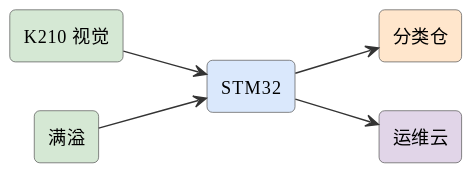
Earlier version of the PlantUML export assets/diagrams/ideas-fig119.svg (mingyi0818/IntelligentMcuCourse).
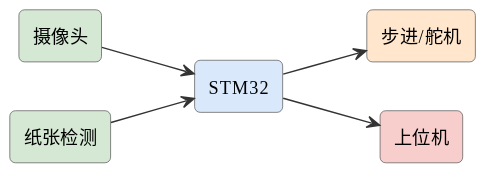
After the commit.

Diff of the diagram source:
```diff
@@ -6,13 +6,13 @@
 skinparam arrowFontSize 11
 skinparam arrowColor #333
 left to right direction
-rectangle "K210 视觉" as cam #d5e8d4
 rectangle "STM32" as stm #dae8fc
-rectangle "分类仓" as bin #ffe6cc
-rectangle "满溢" as fill #d5e8d4
-rectangle "运维云" as cloud #e1d5e8
+rectangle "步进/舵机" as step #ffe6cc
+rectangle "摄像头" as cam #d5e8d4
+rectangle "纸张检测" as det #d5e8d4
+rectangle "上位机" as pc #f8cecc
+stm --> step
 cam --> stm
-stm --> bin
-fill --> stm
-stm --> cloud
+det --> stm
+stm --> pc
 @enduml
```
